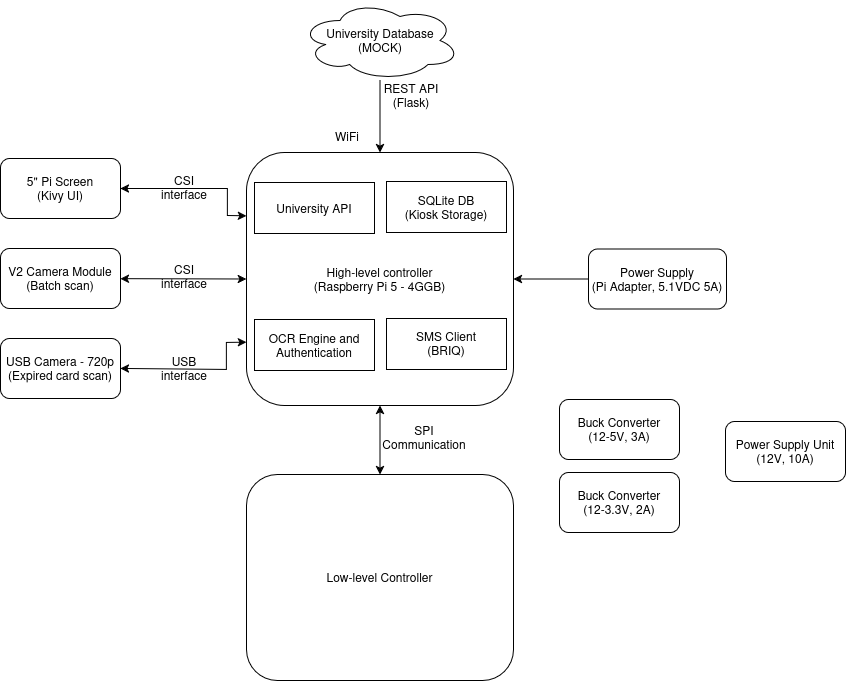
Earlier version of the draw.io export docs/official/card_issuance_block.drawio.png (musyani-io/card-issuance-system). Source tidied: cells renumbered, new cells last; positions are measured from the earlier drawing's top-left corner, leaving out a move shared by most shapes.
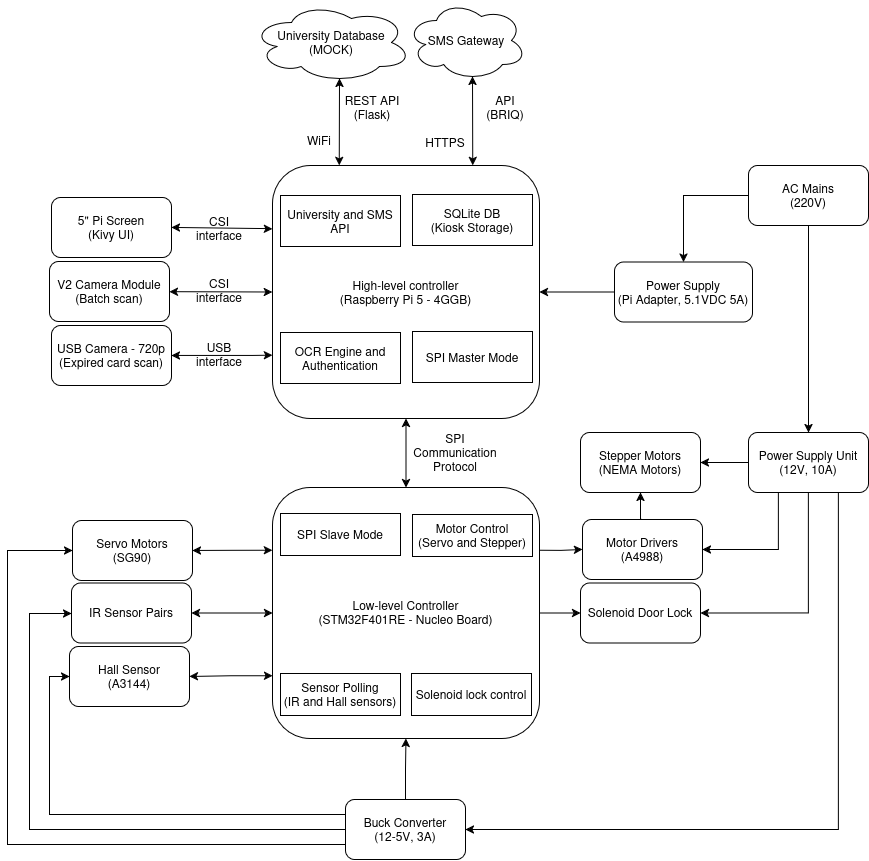
After the commit.

Commit message:
docs: completed block diagram

What changed in the source:
```diff
@@ -3,40 +3,37 @@
     <mxCell id="0" />
     <mxCell id="1" parent="0" />
     <mxCell id="2" value="&lt;div align=&quot;center&quot;&gt;High-level controller&lt;br&gt;&lt;div&gt;(Raspberry Pi 5 - 4GGB)&lt;/div&gt;&lt;/div&gt;" style="whiteSpace=wrap;html=1;rounded=1;align=center;" parent="1" vertex="1">
-      <mxGeometry x="246" y="152" width="267" height="253" as="geometry" />
+      <mxGeometry x="756" y="-415" width="267" height="253" as="geometry" />
     </mxCell>
-    <mxCell id="3" style="edgeStyle=orthogonalEdgeStyle;rounded=0;jettySize=auto;html=1;" parent="1" edge="1" source="4" target="2">
-      <mxGeometry relative="1" as="geometry" />
-    </mxCell>
     <mxCell id="4" value="University Database&lt;br&gt;(MOCK)" style="ellipse;shape=cloud;whiteSpace=wrap;html=1;" parent="1" vertex="1">
-      <mxGeometry x="299.5" width="160" height="80" as="geometry" />
+      <mxGeometry x="735" y="-578" width="160" height="80" as="geometry" />
     </mxCell>
     <mxCell id="5" value="&lt;div&gt;REST API&lt;/div&gt;&lt;div&gt;(Flask)&lt;/div&gt;" style="text;html=1;whiteSpace=wrap;strokeColor=none;fillColor=none;align=center;verticalAlign=middle;rounded=0;" parent="1" vertex="1">
-      <mxGeometry x="381" y="80" width="60" height="30" as="geometry" />
+      <mxGeometry x="826" y="-488" width="60" height="30" as="geometry" />
     </mxCell>
     <mxCell id="6" value="&lt;div&gt;WiFi&lt;/div&gt;" style="text;html=1;whiteSpace=wrap;strokeColor=none;fillColor=none;align=center;verticalAlign=middle;rounded=0;" parent="1" vertex="1">
-      <mxGeometry x="317" y="121" width="60" height="30" as="geometry" />
+      <mxGeometry x="773" y="-455" width="60" height="30" as="geometry" />
     </mxCell>
     <mxCell id="7" value="&lt;div&gt;5&quot; Pi Screen&lt;/div&gt;&lt;div&gt;(Kivy UI)&lt;/div&gt;" style="rounded=1;whiteSpace=wrap;html=1;" parent="1" vertex="1">
-      <mxGeometry y="158" width="120" height="60" as="geometry" />
+      <mxGeometry x="535" y="-383" width="120" height="60" as="geometry" />
     </mxCell>
     <mxCell id="8" value="V2 Camera Module&lt;br&gt;&lt;div&gt;(Batch scan)&lt;/div&gt;" style="rounded=1;whiteSpace=wrap;html=1;" parent="1" vertex="1">
-      <mxGeometry y="248" width="120" height="60" as="geometry" />
+      <mxGeometry x="533" y="-319" width="120" height="60" as="geometry" />
     </mxCell>
     <mxCell id="9" value="&lt;div&gt;USB Camera - 720p&lt;/div&gt;&lt;div&gt;(Expired card scan)&lt;/div&gt;" style="rounded=1;whiteSpace=wrap;html=1;" parent="1" vertex="1">
-      <mxGeometry y="338" width="120" height="60" as="geometry" />
+      <mxGeometry x="535" y="-255" width="120" height="60" as="geometry" />
     </mxCell>
     <mxCell id="10" value="&lt;div&gt;USB interface&lt;/div&gt;" style="text;html=1;whiteSpace=wrap;strokeColor=none;fillColor=none;align=center;verticalAlign=middle;rounded=0;" parent="1" vertex="1">
-      <mxGeometry x="154" y="353" width="60" height="30" as="geometry" />
+      <mxGeometry x="673" y="-241" width="60" height="30" as="geometry" />
     </mxCell>
     <mxCell id="11" value="CSI interface" style="text;html=1;whiteSpace=wrap;strokeColor=none;fillColor=none;align=center;verticalAlign=middle;rounded=0;" parent="1" vertex="1">
-      <mxGeometry x="154" y="172" width="60" height="30" as="geometry" />
+      <mxGeometry x="673" y="-367" width="60" height="30" as="geometry" />
     </mxCell>
     <mxCell id="12" style="edgeStyle=orthogonalEdgeStyle;rounded=0;jettySize=auto;html=1;exitX=0;exitY=0.5;exitDx=0;exitDy=0;entryX=1;entryY=0.5;entryDx=0;entryDy=0;" parent="1" edge="1" source="13" target="2">
       <mxGeometry relative="1" as="geometry" />
     </mxCell>
     <mxCell id="13" value="Power Supply&lt;br&gt;(Pi Adapter, 5.1VDC 5A)" style="rounded=1;whiteSpace=wrap;html=1;" parent="1" vertex="1">
-      <mxGeometry x="588" y="248.5" width="138" height="60" as="geometry" />
+      <mxGeometry x="1098" y="-318.5" width="138" height="60" as="geometry" />
     </mxCell>
     <mxCell id="14" style="endArrow=classic;startArrow=classic;html=1;rounded=0;entryX=0;entryY=0.5;entryDx=0;entryDy=0;" parent="1" edge="1" source="8" target="2">
       <mxGeometry relative="1" as="geometry" />
@@ -44,51 +41,153 @@
     <mxCell id="15" style="endArrow=classic;startArrow=classic;html=1;rounded=0;entryX=0;entryY=0.25;entryDx=0;entryDy=0;exitX=1;exitY=0.5;exitDx=0;exitDy=0;" parent="1" edge="1" source="7" target="2">
       <mxGeometry relative="1" as="geometry">
         <Array as="points">
-          <mxPoint x="227" y="188" />
-          <mxPoint x="227" y="215" />
+          <mxPoint x="737" y="-352" />
         </Array>
       </mxGeometry>
     </mxCell>
     <mxCell id="16" value="CSI interface" style="text;html=1;whiteSpace=wrap;strokeColor=none;fillColor=none;align=center;verticalAlign=middle;rounded=0;" parent="1" vertex="1">
-      <mxGeometry x="154" y="261" width="60" height="30" as="geometry" />
+      <mxGeometry x="673" y="-305" width="60" height="30" as="geometry" />
     </mxCell>
     <mxCell id="17" style="endArrow=classic;startArrow=classic;html=1;rounded=0;entryX=0;entryY=0.75;entryDx=0;entryDy=0;exitX=1;exitY=0.5;exitDx=0;exitDy=0;" parent="1" edge="1" source="9" target="2">
       <mxGeometry relative="1" as="geometry">
         <Array as="points">
-          <mxPoint x="226" y="369" />
-          <mxPoint x="226" y="342" />
+          <mxPoint x="736" y="-225" />
         </Array>
       </mxGeometry>
     </mxCell>
-    <mxCell id="18" value="SMS Client&lt;br&gt;&lt;div&gt;(BRIQ)&lt;/div&gt;" style="rounded=0;whiteSpace=wrap;html=1;" parent="1" vertex="1">
-      <mxGeometry x="386" y="318" width="120" height="51" as="geometry" />
+    <mxCell id="18" value="SPI Master Mode" style="rounded=0;whiteSpace=wrap;html=1;" parent="1" vertex="1">
+      <mxGeometry x="896" y="-249" width="120" height="51" as="geometry" />
     </mxCell>
     <mxCell id="19" value="SQLite DB&lt;br&gt;&lt;div&gt;(Kiosk Storage)&lt;/div&gt;" style="rounded=0;whiteSpace=wrap;html=1;" parent="1" vertex="1">
-      <mxGeometry x="386" y="181" width="120" height="51" as="geometry" />
+      <mxGeometry x="896" y="-386" width="120" height="51" as="geometry" />
     </mxCell>
     <mxCell id="20" value="OCR Engine and Authentication" style="rounded=0;whiteSpace=wrap;html=1;" parent="1" vertex="1">
-      <mxGeometry x="254" y="319" width="120" height="51" as="geometry" />
+      <mxGeometry x="764" y="-248" width="120" height="51" as="geometry" />
     </mxCell>
-    <mxCell id="21" value="University API" style="rounded=0;whiteSpace=wrap;html=1;" parent="1" vertex="1">
-      <mxGeometry x="254" y="182" width="120" height="51" as="geometry" />
+    <mxCell id="21" value="University and SMS API" style="rounded=0;whiteSpace=wrap;html=1;" parent="1" vertex="1">
+      <mxGeometry x="764" y="-385" width="120" height="51" as="geometry" />
     </mxCell>
+    <mxCell id="28" style="edgeStyle=orthogonalEdgeStyle;rounded=0;jettySize=auto;html=1;exitX=0;exitY=0.5;exitDx=0;exitDy=0;entryX=1;entryY=0.5;entryDx=0;entryDy=0;" parent="1" edge="1" source="22" target="53">
+      <mxGeometry relative="1" as="geometry" />
+    </mxCell>
+    <mxCell id="29" style="edgeStyle=orthogonalEdgeStyle;rounded=0;jettySize=auto;html=1;exitX=0.25;exitY=1;exitDx=0;exitDy=0;entryX=1;entryY=0.5;entryDx=0;entryDy=0;" parent="1" edge="1" source="22" target="52">
+      <mxGeometry relative="1" as="geometry" />
+    </mxCell>
+    <mxCell id="30" style="edgeStyle=orthogonalEdgeStyle;rounded=0;jettySize=auto;html=1;exitX=0.5;exitY=1;exitDx=0;exitDy=0;entryX=1;entryY=0.5;entryDx=0;entryDy=0;" parent="1" edge="1" source="22" target="50">
+      <mxGeometry relative="1" as="geometry" />
+    </mxCell>
+    <mxCell id="31" style="edgeStyle=orthogonalEdgeStyle;rounded=0;jettySize=auto;html=1;exitX=0.75;exitY=1;exitDx=0;exitDy=0;entryX=1;entryY=0.5;entryDx=0;entryDy=0;" parent="1" edge="1" source="22" target="23">
+      <mxGeometry relative="1" as="geometry" />
+    </mxCell>
     <mxCell id="22" value="Power Supply Unit&lt;br&gt;&lt;div&gt;(12V, 10A)&lt;/div&gt;" style="rounded=1;whiteSpace=wrap;html=1;" parent="1" vertex="1">
-      <mxGeometry x="725" y="421" width="120" height="60" as="geometry" />
+      <mxGeometry x="1232" y="-148" width="120" height="60" as="geometry" />
     </mxCell>
+    <mxCell id="32" style="edgeStyle=orthogonalEdgeStyle;rounded=0;jettySize=auto;html=1;exitX=0.5;exitY=0;exitDx=0;exitDy=0;entryX=0.5;entryY=1;entryDx=0;entryDy=0;" parent="1" edge="1" source="23" target="25">
+      <mxGeometry relative="1" as="geometry" />
+    </mxCell>
     <mxCell id="23" value="Buck Converter&lt;br&gt;(12-5V, 3A)" style="rounded=1;whiteSpace=wrap;html=1;" parent="1" vertex="1">
-      <mxGeometry x="559" y="399" width="120" height="60" as="geometry" />
+      <mxGeometry x="829" y="219" width="120" height="60" as="geometry" />
     </mxCell>
-    <mxCell id="24" value="Buck Converter&lt;br&gt;(12-3.3V, 2A)" style="rounded=1;whiteSpace=wrap;html=1;" parent="1" vertex="1">
-      <mxGeometry x="559" y="472" width="120" height="60" as="geometry" />
-    </mxCell>
+    <mxCell id="33" style="edgeStyle=orthogonalEdgeStyle;rounded=0;jettySize=auto;html=1;exitX=1;exitY=0.25;exitDx=0;exitDy=0;entryX=0;entryY=0.5;entryDx=0;entryDy=0;" parent="1" edge="1" source="25" target="52">
+      <mxGeometry relative="1" as="geometry" />
+    </mxCell>
+    <mxCell id="34" style="edgeStyle=orthogonalEdgeStyle;rounded=0;jettySize=auto;html=1;exitX=1;exitY=0.5;exitDx=0;exitDy=0;entryX=0;entryY=0.5;entryDx=0;entryDy=0;" parent="1" edge="1" source="25" target="50">
+      <mxGeometry relative="1" as="geometry" />
+    </mxCell>
+    <mxCell id="35" style="edgeStyle=orthogonalEdgeStyle;rounded=0;jettySize=auto;html=1;exitX=0;exitY=0.5;exitDx=0;exitDy=0;startArrow=classic;startFill=1;" parent="1" edge="1" source="25" target="59">
+      <mxGeometry relative="1" as="geometry" />
+    </mxCell>
+    <mxCell id="36" style="edgeStyle=orthogonalEdgeStyle;rounded=0;jettySize=auto;html=1;exitX=0;exitY=0.25;exitDx=0;exitDy=0;entryX=1;entryY=0.5;entryDx=0;entryDy=0;startArrow=classic;startFill=1;" parent="1" edge="1" source="25" target="55">
+      <mxGeometry relative="1" as="geometry" />
+    </mxCell>
+    <mxCell id="37" style="edgeStyle=orthogonalEdgeStyle;rounded=0;jettySize=auto;html=1;exitX=0;exitY=0.75;exitDx=0;exitDy=0;entryX=1;entryY=0.5;entryDx=0;entryDy=0;startArrow=classic;startFill=1;" parent="1" edge="1" source="25" target="57">
+      <mxGeometry relative="1" as="geometry" />
+    </mxCell>
-    <mxCell id="25" value="Low-level Controller" style="rounded=1;whiteSpace=wrap;html=1;" parent="1" vertex="1">
-      <mxGeometry x="246" y="474" width="267" height="206" as="geometry" />
+    <mxCell id="25" value="&lt;div&gt;Low-level Controller&lt;/div&gt;(STM32F401RE - Nucleo Board)" style="rounded=1;whiteSpace=wrap;html=1;" parent="1" vertex="1">
+      <mxGeometry x="756" y="-93" width="267" height="251" as="geometry" />
     </mxCell>
     <mxCell id="26" style="endArrow=classic;startArrow=classic;html=1;rounded=0;entryX=0.5;entryY=1;entryDx=0;entryDy=0;exitX=0.5;exitY=0;exitDx=0;exitDy=0;" parent="1" edge="1" source="25" target="2">
       <mxGeometry relative="1" as="geometry" />
     </mxCell>
-    <mxCell id="27" value="SPI Communication" style="text;html=1;whiteSpace=wrap;strokeColor=none;fillColor=none;align=center;verticalAlign=middle;rounded=0;" parent="1" vertex="1">
-      <mxGeometry x="394" y="422" width="60" height="30" as="geometry" />
+    <mxCell id="27" value="&lt;div&gt;SPI Communication&lt;/div&gt;&lt;div&gt;Protocol&lt;/div&gt;" style="text;html=1;whiteSpace=wrap;strokeColor=none;fillColor=none;align=center;verticalAlign=middle;rounded=0;" parent="1" vertex="1">
+      <mxGeometry x="895" y="-152" width="88" height="48" as="geometry" />
     </mxCell>
+    <mxCell id="38" value="&lt;div&gt;SMS Gateway&lt;/div&gt;" style="ellipse;shape=cloud;whiteSpace=wrap;html=1;" parent="1" vertex="1">
+      <mxGeometry x="890" y="-580" width="120" height="80" as="geometry" />
+    </mxCell>
+    <mxCell id="39" style="endArrow=classic;startArrow=classic;html=1;rounded=0;entryX=0.55;entryY=0.95;entryDx=0;entryDy=0;entryPerimeter=0;exitX=0.25;exitY=0;exitDx=0;exitDy=0;" parent="1" edge="1" source="2" target="4">
+      <mxGeometry relative="1" as="geometry" />
+    </mxCell>
+    <mxCell id="40" style="endArrow=classic;startArrow=classic;html=1;rounded=0;entryX=0.55;entryY=0.95;entryDx=0;entryDy=0;entryPerimeter=0;exitX=0.75;exitY=0;exitDx=0;exitDy=0;" parent="1" edge="1" source="2" target="38">
+      <mxGeometry relative="1" as="geometry" />
+    </mxCell>
+    <mxCell id="41" value="&lt;div&gt;API&lt;/div&gt;&lt;div&gt;(BRIQ)&lt;/div&gt;" style="text;html=1;whiteSpace=wrap;strokeColor=none;fillColor=none;align=center;verticalAlign=middle;rounded=0;" parent="1" vertex="1">
+      <mxGeometry x="959" y="-488" width="60" height="30" as="geometry" />
+    </mxCell>
+    <mxCell id="42" style="edgeStyle=orthogonalEdgeStyle;rounded=0;jettySize=auto;html=1;exitX=0.5;exitY=1;exitDx=0;exitDy=0;entryX=0.5;entryY=0;entryDx=0;entryDy=0;" parent="1" edge="1" source="44" target="22">
+      <mxGeometry relative="1" as="geometry" />
+    </mxCell>
+    <mxCell id="43" style="edgeStyle=orthogonalEdgeStyle;rounded=0;jettySize=auto;html=1;exitX=0;exitY=0.5;exitDx=0;exitDy=0;" parent="1" edge="1" source="44" target="13">
+      <mxGeometry relative="1" as="geometry" />
+    </mxCell>
+    <mxCell id="44" value="&lt;div&gt;AC Mains&lt;/div&gt;&lt;div&gt;(220V)&lt;/div&gt;" style="rounded=1;whiteSpace=wrap;html=1;" parent="1" vertex="1">
+      <mxGeometry x="1232" y="-415" width="120" height="60" as="geometry" />
+    </mxCell>
+    <mxCell id="45" value="HTTPS" style="text;html=1;whiteSpace=wrap;strokeColor=none;fillColor=none;align=center;verticalAlign=middle;rounded=0;" parent="1" vertex="1">
+      <mxGeometry x="899" y="-453" width="60" height="30" as="geometry" />
+    </mxCell>
+    <mxCell id="46" value="Motor Control&lt;br&gt;(Servo and Stepper)" style="rounded=0;whiteSpace=wrap;html=1;" parent="1" vertex="1">
+      <mxGeometry x="896" y="-66" width="120" height="42" as="geometry" />
+    </mxCell>
+    <mxCell id="47" value="SPI Slave Mode" style="rounded=0;whiteSpace=wrap;html=1;" parent="1" vertex="1">
+      <mxGeometry x="764" y="-67" width="120" height="42" as="geometry" />
+    </mxCell>
+    <mxCell id="48" value="&lt;div&gt;Sensor Polling&lt;/div&gt;&lt;div&gt;(IR and Hall sensors)&lt;/div&gt;" style="rounded=0;whiteSpace=wrap;html=1;" parent="1" vertex="1">
+      <mxGeometry x="764" y="93" width="120" height="42" as="geometry" />
+    </mxCell>
+    <mxCell id="49" value="Solenoid lock control" style="rounded=0;whiteSpace=wrap;html=1;" parent="1" vertex="1">
+      <mxGeometry x="895" y="93" width="120" height="42" as="geometry" />
+    </mxCell>
+    <mxCell id="50" value="Solenoid Door Lock" style="rounded=1;whiteSpace=wrap;html=1;" parent="1" vertex="1">
+      <mxGeometry x="1064" y="2.5" width="120" height="60" as="geometry" />
+    </mxCell>
+    <mxCell id="51" style="edgeStyle=orthogonalEdgeStyle;rounded=0;jettySize=auto;html=1;exitX=0.5;exitY=0;exitDx=0;exitDy=0;entryX=0.5;entryY=1;entryDx=0;entryDy=0;" parent="1" edge="1" source="52" target="53">
+      <mxGeometry relative="1" as="geometry" />
+    </mxCell>
+    <mxCell id="52" value="&lt;div&gt;Motor Drivers&lt;/div&gt;&lt;div&gt;(A4988)&lt;/div&gt;" style="rounded=1;whiteSpace=wrap;html=1;" parent="1" vertex="1">
+      <mxGeometry x="1066" y="-61" width="120" height="60" as="geometry" />
+    </mxCell>
+    <mxCell id="53" value="&lt;div&gt;Stepper Motors&lt;/div&gt;&lt;div&gt;(NEMA Motors)&lt;/div&gt;" style="rounded=1;whiteSpace=wrap;html=1;" parent="1" vertex="1">
+      <mxGeometry x="1064" y="-148" width="120" height="60" as="geometry" />
+    </mxCell>
+    <mxCell id="54" style="edgeStyle=orthogonalEdgeStyle;rounded=0;jettySize=auto;html=1;exitX=0;exitY=0.75;exitDx=0;exitDy=0;entryX=0;entryY=0.5;entryDx=0;entryDy=0;" parent="1" edge="1" source="23" target="55">
+      <mxGeometry relative="1" as="geometry">
+        <Array as="points">
+          <mxPoint x="491" y="264" />
+          <mxPoint x="491" y="-30" />
+        </Array>
+      </mxGeometry>
+    </mxCell>
+    <mxCell id="55" value="Servo Motors&lt;br&gt;(SG90)" style="rounded=1;whiteSpace=wrap;html=1;" parent="1" vertex="1">
+      <mxGeometry x="556" y="-60" width="120" height="60" as="geometry" />
+    </mxCell>
+    <mxCell id="56" style="edgeStyle=orthogonalEdgeStyle;rounded=0;jettySize=auto;html=1;exitX=0;exitY=0.25;exitDx=0;exitDy=0;entryX=0;entryY=0.5;entryDx=0;entryDy=0;" parent="1" edge="1" source="23" target="57">
+      <mxGeometry relative="1" as="geometry" />
+    </mxCell>
+    <mxCell id="57" value="Hall Sensor&lt;br&gt;(A3144)" style="rounded=1;whiteSpace=wrap;html=1;" parent="1" vertex="1">
+      <mxGeometry x="553" y="66" width="120" height="60" as="geometry" />
+    </mxCell>
+    <mxCell id="58" style="edgeStyle=orthogonalEdgeStyle;rounded=0;jettySize=auto;html=1;exitX=0;exitY=0.5;exitDx=0;exitDy=0;entryX=0;entryY=0.5;entryDx=0;entryDy=0;" parent="1" edge="1" source="23" target="59">
+      <mxGeometry relative="1" as="geometry">
+        <Array as="points">
+          <mxPoint x="513" y="249" />
+          <mxPoint x="513" y="33" />
+          <mxPoint x="555" y="33" />
+        </Array>
+      </mxGeometry>
+    </mxCell>
+    <mxCell id="59" value="IR Sensor Pairs" style="rounded=1;whiteSpace=wrap;html=1;" parent="1" vertex="1">
+      <mxGeometry x="555" y="2.5" width="120" height="60" as="geometry" />
+    </mxCell>
   </root>
 </mxGraphModel>
```
